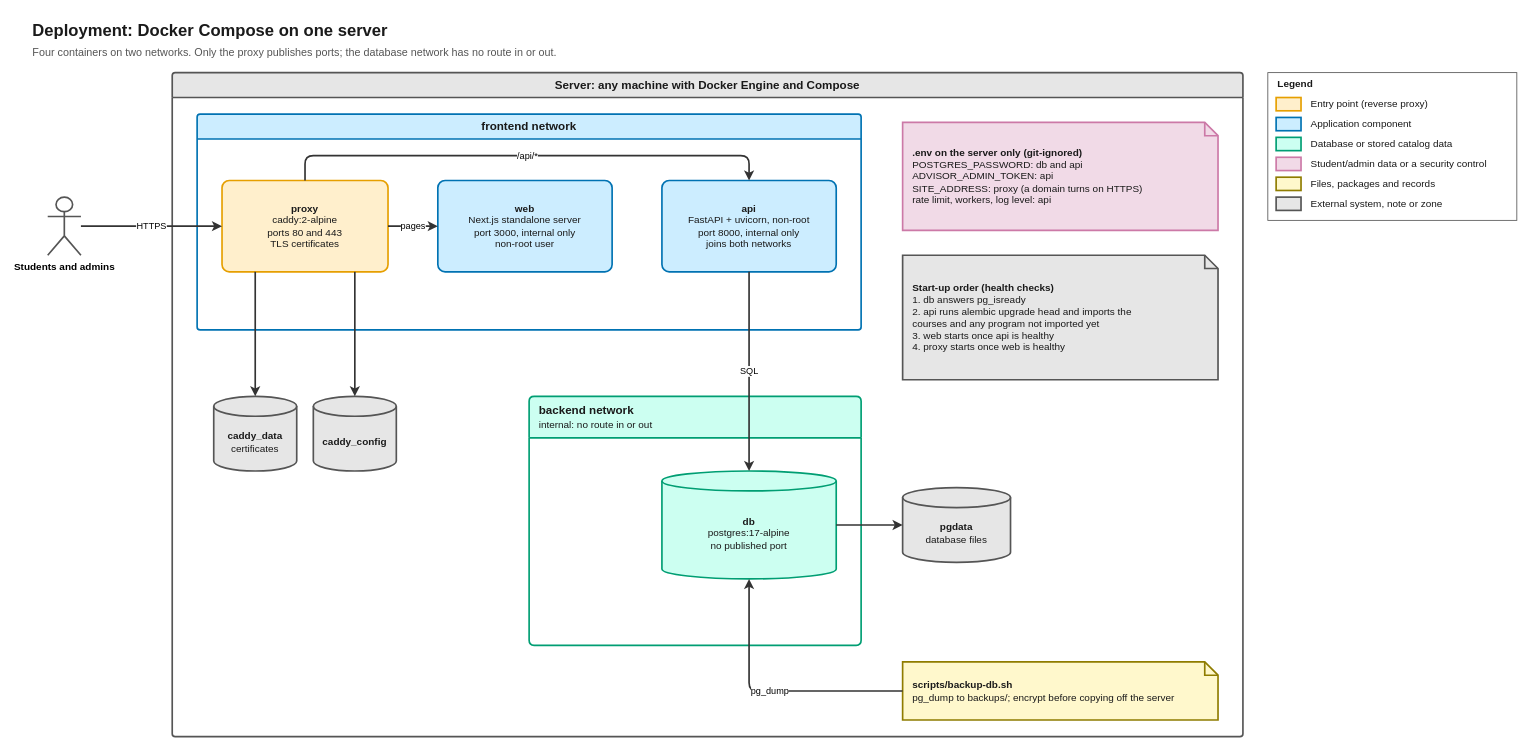
Before: docs/diagrams/01-deployment.drawio in zaniixx/AUIB-Academic-Advisor, a draw.io diagram. Source tidied: cells renumbered, new cells numbered last; positions are measured from the earlier drawing's top-left corner, leaving out a move shared by most shapes. Both pictures are drawn from the tidied source at 83%, with x=0, y=0 at pixel (31, 14).
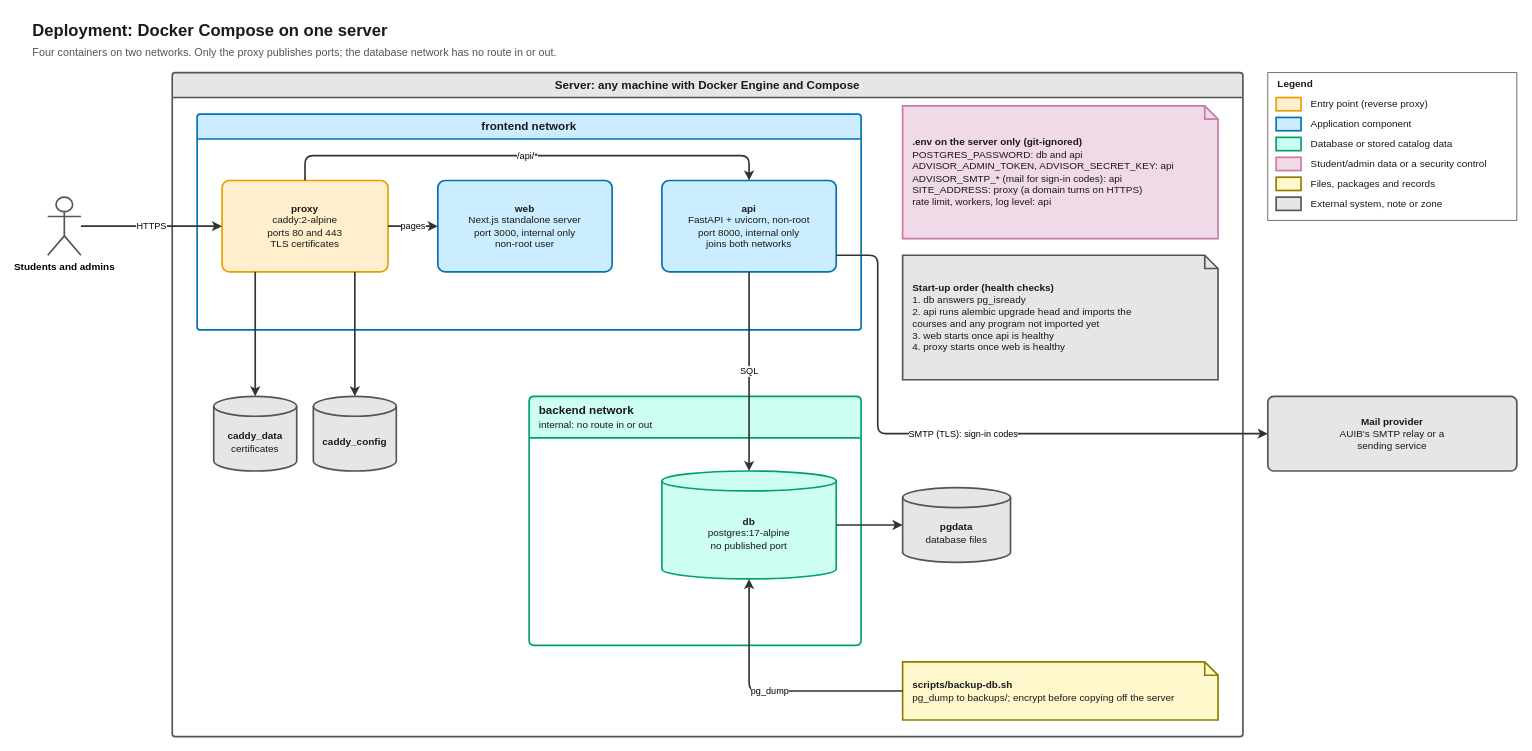
Above is the later version.

Unchanged cells that the change refers to:
```xml
<mxCell id="4" value="Server: any machine with Docker Engine and Compose" style="swimlane;startSize=30;html=1;whiteSpace=wrap;fillColor=#e6e6e6;strokeColor=#555555;swimlaneFillColor=#ffffff;fontColor=#1a1a1a;fontFamily=Helvetica;fontSize=14;fontStyle=1;strokeWidth=2;rounded=1;arcSize=4;" parent="1" vertex="1">
  <mxGeometry x="170" y="70" width="1290" height="800" as="geometry" />
</mxCell>
<mxCell id="8" value="&lt;b&gt;api&lt;/b&gt;&lt;br&gt;FastAPI + uvicorn, non-root&lt;br&gt;port 8000, internal only&lt;br&gt;joins both networks" style="rounded=1;arcSize=8;whiteSpace=wrap;html=1;fillColor=#ccedff;strokeColor=#0072b2;fontColor=#1a1a1a;fontFamily=Helvetica;fontSize=12;strokeWidth=2;verticalAlign=middle;" parent="5" vertex="1">
  <mxGeometry x="560" y="80" width="210" height="110" as="geometry" />
</mxCell>
```

Change to the diagram source:
```diff
@@
-    <mxCell id="14" value="&lt;b&gt;.env on the server only (git-ignored)&lt;/b&gt;&lt;br&gt;POSTGRES_PASSWORD: db and api&lt;br&gt;ADVISOR_ADMIN_TOKEN: api&lt;br&gt;SITE_ADDRESS: proxy (a domain turns on HTTPS)&lt;br&gt;rate limit, workers, log level: api" style="shape=note;size=16;whiteSpace=wrap;html=1;fillColor=#f1dae7;strokeColor=#cc79a7;fontColor=#1a1a1a;fontFamily=Helvetica;fontSize=12;strokeWidth=2;verticalAlign=middle;align=left;spacingLeft=10;spacingRight=10;" parent="4" vertex="1">
-      <mxGeometry x="880" y="60" width="380" height="130" as="geometry" />
+    <mxCell id="14" value="&lt;b&gt;.env on the server only (git-ignored)&lt;/b&gt;&lt;br&gt;POSTGRES_PASSWORD: db and api&lt;br&gt;ADVISOR_ADMIN_TOKEN, ADVISOR_SECRET_KEY: api&lt;br&gt;ADVISOR_SMTP_* (mail for sign-in codes): api&lt;br&gt;SITE_ADDRESS: proxy (a domain turns on HTTPS)&lt;br&gt;rate limit, workers, log level: api" style="shape=note;size=16;whiteSpace=wrap;html=1;fillColor=#f1dae7;strokeColor=#cc79a7;fontColor=#1a1a1a;fontFamily=Helvetica;fontSize=12;strokeWidth=2;verticalAlign=middle;align=left;spacingLeft=10;spacingRight=10;" parent="4" vertex="1">
+      <mxGeometry x="880" y="40" width="380" height="160" as="geometry" />
     </mxCell>
@@
+    <mxCell id="38" value="&lt;b&gt;Mail provider&lt;/b&gt;&lt;br&gt;AUIB's SMTP relay or a&lt;br&gt;sending service" style="rounded=1;arcSize=8;whiteSpace=wrap;html=1;fillColor=#e6e6e6;strokeColor=#555555;fontColor=#1a1a1a;fontFamily=Helvetica;fontSize=12;strokeWidth=2;verticalAlign=middle;" parent="1" vertex="1">
+      <mxGeometry x="1490" y="460" width="300" height="90" as="geometry" />
+    </mxCell>
+    <mxCell id="39" value="SMTP (TLS): sign-in codes" style="edgeStyle=orthogonalEdgeStyle;rounded=1;jettySize=auto;html=1;endArrow=classic;endFill=1;strokeWidth=2;strokeColor=#333333;fontFamily=Helvetica;fontSize=11;labelBackgroundColor=#ffffff;exitX=1;exitY=0.8182;exitDx=0;exitDy=0;entryX=0;entryY=0.5;entryDx=0;entryDy=0;" parent="1" edge="1" source="8" target="38">
+      <mxGeometry relative="1" as="geometry">
+        <Array as="points">
+          <mxPoint x="1020" y="290" />
+          <mxPoint x="1020" y="505" />
+        </Array>
+      </mxGeometry>
+    </mxCell>
```
